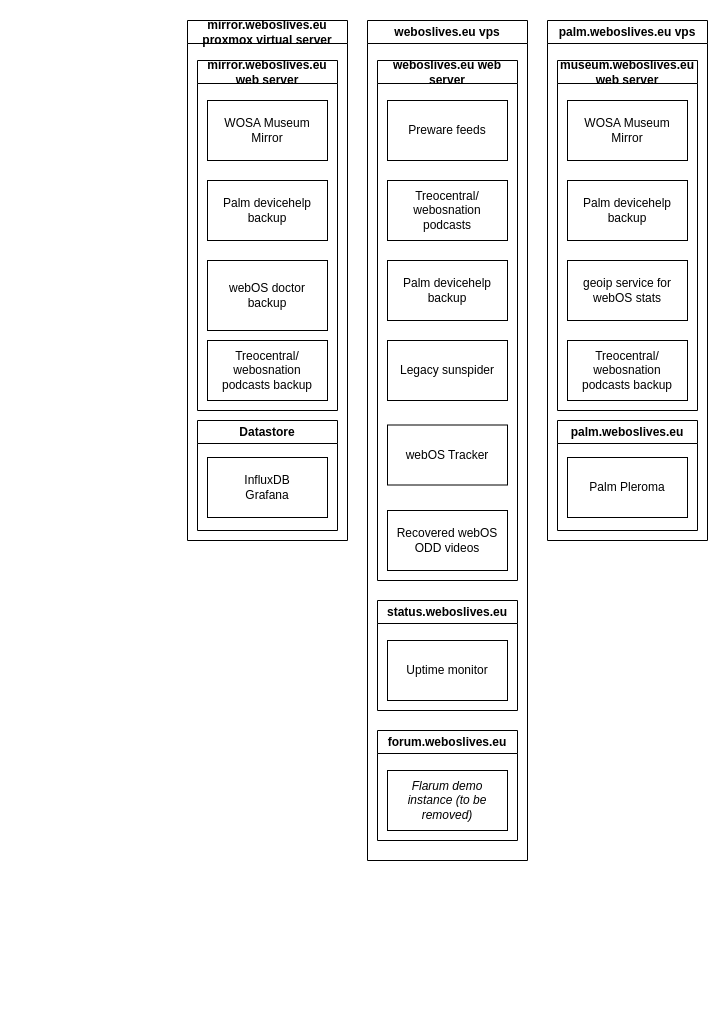
This is Legacy webOS Services.drawio from h8pewou/legacy_webos, a draw.io file, before an edit. Source tidied: cells renumbered, new cells numbered last; positions are measured from the earlier drawing's top-left corner, leaving out a move shared by most shapes. Both pictures are drawn from the tidied source at 100%, with x=0, y=0 at pixel (187, 20).
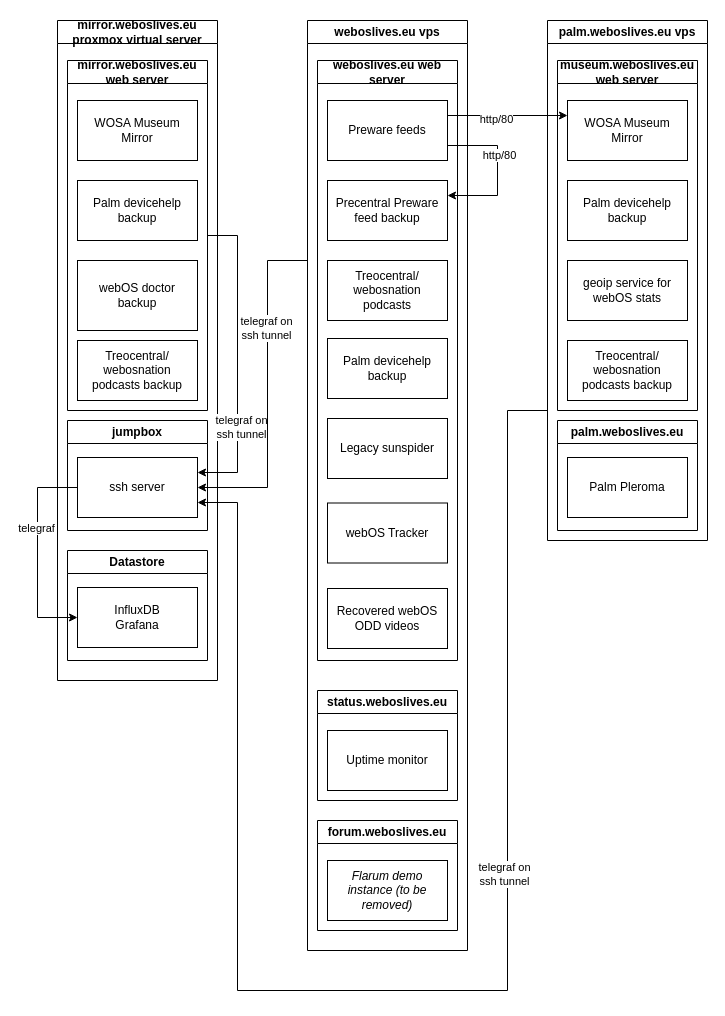
After the change.

The change refers to these unchanged cells:
```xml
<mxCell id="4" value="Preware feeds" style="rounded=0;whiteSpace=wrap;html=1;" parent="3" vertex="1">
  <mxGeometry x="10" y="40" width="120" height="60" as="geometry" />
</mxCell>
<mxCell id="14" value="palm.weboslives.eu vps" style="swimlane;whiteSpace=wrap;html=1;" parent="1" vertex="1">
  <mxGeometry x="360" width="160" height="520" as="geometry" />
</mxCell>
<mxCell id="18" value="WOSA Museum Mirror" style="rounded=0;whiteSpace=wrap;html=1;" parent="17" vertex="1">
  <mxGeometry x="10" y="40" width="120" height="60" as="geometry" />
</mxCell>
<mxCell id="25" value="mirror.weboslives.eu web server" style="swimlane;whiteSpace=wrap;html=1;" parent="22" vertex="1">
  <mxGeometry x="10" y="40" width="140" height="350" as="geometry" />
</mxCell>
```

What changed in the source:
```diff
@@
     <mxCell id="2" value="weboslives.eu vps" style="swimlane;whiteSpace=wrap;html=1;" parent="1" vertex="1">
-      <mxGeometry x="180" width="160" height="840" as="geometry" />
+      <mxGeometry x="120" width="160" height="930" as="geometry" />
     </mxCell>
     <mxCell id="3" value="weboslives.eu web server" style="swimlane;whiteSpace=wrap;html=1;" parent="2" vertex="1">
-      <mxGeometry x="10" y="40" width="140" height="520" as="geometry" />
+      <mxGeometry x="10" y="40" width="140" height="600" as="geometry" />
     </mxCell>
+    <mxCell id="30" style="edgeStyle=orthogonalEdgeStyle;rounded=0;jettySize=auto;html=1;exitX=1;exitY=0.75;exitDx=0;exitDy=0;entryX=1;entryY=0.25;entryDx=0;entryDy=0;" parent="3" edge="1" source="4" target="5">
+      <mxGeometry relative="1" as="geometry">
+        <Array as="points">
+          <mxPoint x="180" y="85" />
+          <mxPoint x="180" y="135" />
+        </Array>
+      </mxGeometry>
+    </mxCell>
+    <mxCell id="31" value="http/80" style="edgeLabel;html=1;align=center;verticalAlign=middle;" parent="30" vertex="1">
+      <mxGeometry x="-0.21" y="1" relative="1" as="geometry" />
+    </mxCell>
@@
-    <mxCell id="5" value="Treocentral/&lt;br&gt;webosnation podcasts" style="rounded=0;whiteSpace=wrap;html=1;" parent="3" vertex="1">
+    <mxCell id="5" value="Precentral Preware feed backup" style="rounded=0;whiteSpace=wrap;html=1;" parent="3" vertex="1">
       <mxGeometry x="10" y="120" width="120" height="60" as="geometry" />
     </mxCell>
     <mxCell id="6" value="Palm devicehelp backup" style="rounded=0;whiteSpace=wrap;html=1;" parent="3" vertex="1">
-      <mxGeometry x="10" y="200" width="120" height="60" as="geometry" />
+      <mxGeometry x="10" y="278" width="120" height="60" as="geometry" />
     </mxCell>
     <mxCell id="7" value="Legacy sunspider" style="rounded=0;whiteSpace=wrap;html=1;" parent="3" vertex="1">
-      <mxGeometry x="10" y="280" width="120" height="60" as="geometry" />
+      <mxGeometry x="10" y="358" width="120" height="60" as="geometry" />
     </mxCell>
     <mxCell id="8" value="webOS Tracker" style="rounded=0;whiteSpace=wrap;html=1;" parent="3" vertex="1">
-      <mxGeometry x="10" y="364.5" width="120" height="60" as="geometry" />
+      <mxGeometry x="10" y="442.5" width="120" height="60" as="geometry" />
     </mxCell>
     <mxCell id="9" value="Recovered webOS ODD videos" style="rounded=0;whiteSpace=wrap;html=1;" parent="3" vertex="1">
-      <mxGeometry x="10" y="450" width="120" height="60" as="geometry" />
+      <mxGeometry x="10" y="528" width="120" height="60" as="geometry" />
     </mxCell>
+    <mxCell id="32" value="Treocentral/&lt;br&gt;webosnation podcasts" style="rounded=0;whiteSpace=wrap;html=1;" parent="3" vertex="1">
+      <mxGeometry x="10" y="200" width="120" height="60" as="geometry" />
+    </mxCell>
     <mxCell id="10" value="status.weboslives.eu" style="swimlane;whiteSpace=wrap;html=1;" parent="2" vertex="1">
-      <mxGeometry x="10" y="580" width="140" height="110" as="geometry" />
+      <mxGeometry x="10" y="670" width="140" height="110" as="geometry" />
     </mxCell>
@@
     <mxCell id="12" value="forum.weboslives.eu" style="swimlane;whiteSpace=wrap;html=1;" parent="2" vertex="1">
-      <mxGeometry x="10" y="710" width="140" height="110" as="geometry" />
+      <mxGeometry x="10" y="800" width="140" height="110" as="geometry" />
     </mxCell>
@@
+    <mxCell id="33" style="edgeStyle=orthogonalEdgeStyle;rounded=0;jettySize=auto;html=1;exitX=0;exitY=0.75;exitDx=0;exitDy=0;entryX=1;entryY=0.75;entryDx=0;entryDy=0;" parent="1" edge="1" source="14" target="24">
+      <mxGeometry relative="1" as="geometry">
+        <Array as="points">
+          <mxPoint x="320" y="390" />
+          <mxPoint x="320" y="970" />
+          <mxPoint x="50" y="970" />
+          <mxPoint x="50" y="482" />
+        </Array>
+      </mxGeometry>
+    </mxCell>
+    <mxCell id="34" value="telegraf on&lt;br&gt;ssh tunnel" style="edgeLabel;html=1;align=center;verticalAlign=middle;" parent="33" vertex="1">
+      <mxGeometry x="-0.29" y="-4" relative="1" as="geometry" />
+    </mxCell>
@@
     <mxCell id="22" value="mirror.weboslives.eu proxmox virtual server" style="swimlane;whiteSpace=wrap;html=1;" parent="1" vertex="1">
-      <mxGeometry width="160" height="520" as="geometry" />
+      <mxGeometry x="-130" width="160" height="660" as="geometry" />
     </mxCell>
-    <mxCell id="23" value="Datastore" style="swimlane;whiteSpace=wrap;html=1;" parent="22" vertex="1">
+    <mxCell id="23" value="jumpbox" style="swimlane;whiteSpace=wrap;html=1;" parent="22" vertex="1">
       <mxGeometry x="10" y="400" width="140" height="110" as="geometry" />
     </mxCell>
-    <mxCell id="24" value="InfluxDB&lt;br&gt;Grafana" style="rounded=0;whiteSpace=wrap;html=1;" parent="23" vertex="1">
+    <mxCell id="24" value="ssh server" style="rounded=0;whiteSpace=wrap;html=1;" parent="23" vertex="1">
       <mxGeometry x="10" y="37" width="120" height="60" as="geometry" />
     </mxCell>
+    <mxCell id="35" style="edgeStyle=orthogonalEdgeStyle;rounded=0;jettySize=auto;html=1;exitX=1;exitY=0.5;exitDx=0;exitDy=0;entryX=1;entryY=0.25;entryDx=0;entryDy=0;" parent="22" edge="1" source="25" target="24">
+      <mxGeometry relative="1" as="geometry">
+        <Array as="points">
+          <mxPoint x="180" y="215" />
+          <mxPoint x="180" y="452" />
+        </Array>
+      </mxGeometry>
+    </mxCell>
+    <mxCell id="36" value="telegraf on&lt;br style=&quot;border-color: var(--border-color);&quot;&gt;ssh tunnel" style="edgeLabel;html=1;align=center;verticalAlign=middle;" parent="35" vertex="1">
+      <mxGeometry x="0.44" y="3" relative="1" as="geometry" />
+    </mxCell>
@@
+    <mxCell id="37" value="Datastore" style="swimlane;whiteSpace=wrap;html=1;" parent="22" vertex="1">
+      <mxGeometry x="10" y="530" width="140" height="110" as="geometry" />
+    </mxCell>
+    <mxCell id="38" value="InfluxDB&lt;br&gt;Grafana" style="rounded=0;whiteSpace=wrap;html=1;" parent="37" vertex="1">
+      <mxGeometry x="10" y="37" width="120" height="60" as="geometry" />
+    </mxCell>
+    <mxCell id="39" style="edgeStyle=orthogonalEdgeStyle;rounded=0;jettySize=auto;html=1;exitX=0;exitY=0.5;exitDx=0;exitDy=0;entryX=0;entryY=0.5;entryDx=0;entryDy=0;" parent="22" edge="1" source="24" target="38">
+      <mxGeometry relative="1" as="geometry">
+        <Array as="points">
+          <mxPoint x="-20" y="467" />
+          <mxPoint x="-20" y="597" />
+        </Array>
+      </mxGeometry>
+    </mxCell>
+    <mxCell id="40" value="telegraf" style="edgeLabel;html=1;align=center;verticalAlign=middle;" parent="39" vertex="1">
+      <mxGeometry x="-0.24" y="-2" relative="1" as="geometry" />
+    </mxCell>
+    <mxCell id="41" style="edgeStyle=orthogonalEdgeStyle;rounded=0;jettySize=auto;html=1;exitX=1;exitY=0.25;exitDx=0;exitDy=0;entryX=0;entryY=0.25;entryDx=0;entryDy=0;" parent="1" edge="1" source="4" target="18">
+      <mxGeometry relative="1" as="geometry" />
+    </mxCell>
+    <mxCell id="42" value="http/80" style="edgeLabel;html=1;align=center;verticalAlign=middle;" parent="41" vertex="1">
+      <mxGeometry x="-0.2" y="-3" relative="1" as="geometry" />
+    </mxCell>
+    <mxCell id="43" style="edgeStyle=orthogonalEdgeStyle;rounded=0;jettySize=auto;html=1;exitX=0;exitY=0.25;exitDx=0;exitDy=0;entryX=1;entryY=0.5;entryDx=0;entryDy=0;" parent="1" edge="1" source="2" target="24">
+      <mxGeometry relative="1" as="geometry">
+        <Array as="points">
+          <mxPoint x="80" y="240" />
+          <mxPoint x="80" y="467" />
+        </Array>
+      </mxGeometry>
+    </mxCell>
+    <mxCell id="44" value="telegraf on&lt;br style=&quot;border-color: var(--border-color);&quot;&gt;ssh tunnel" style="edgeLabel;html=1;align=center;verticalAlign=middle;" parent="43" vertex="1">
+      <mxGeometry x="-0.33" y="-2" relative="1" as="geometry" />
+    </mxCell>
```
